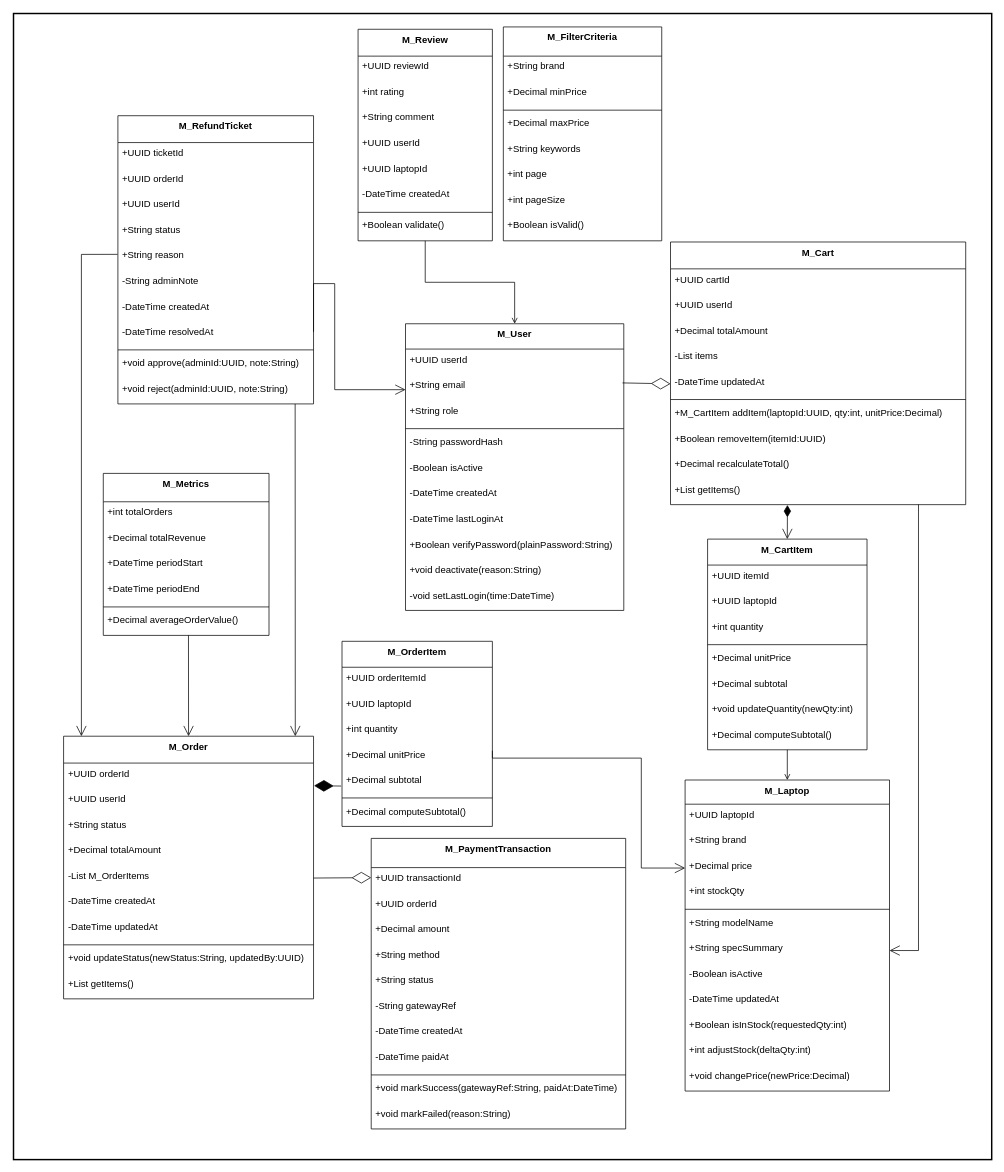
auphong2707/PTTKHT-Final-Report keeps this draw.io diagram as Package_Diagram/drawio/ModelPackage_redrawn.drawio. Above is the earlier version. Source tidied: cells renumbered, new cells numbered last; positions are measured from the earlier drawing's top-left corner, leaving out a move shared by most shapes. Both pictures are drawn from the tidied source at 73%, with x=0, y=0 at pixel (13, 13).
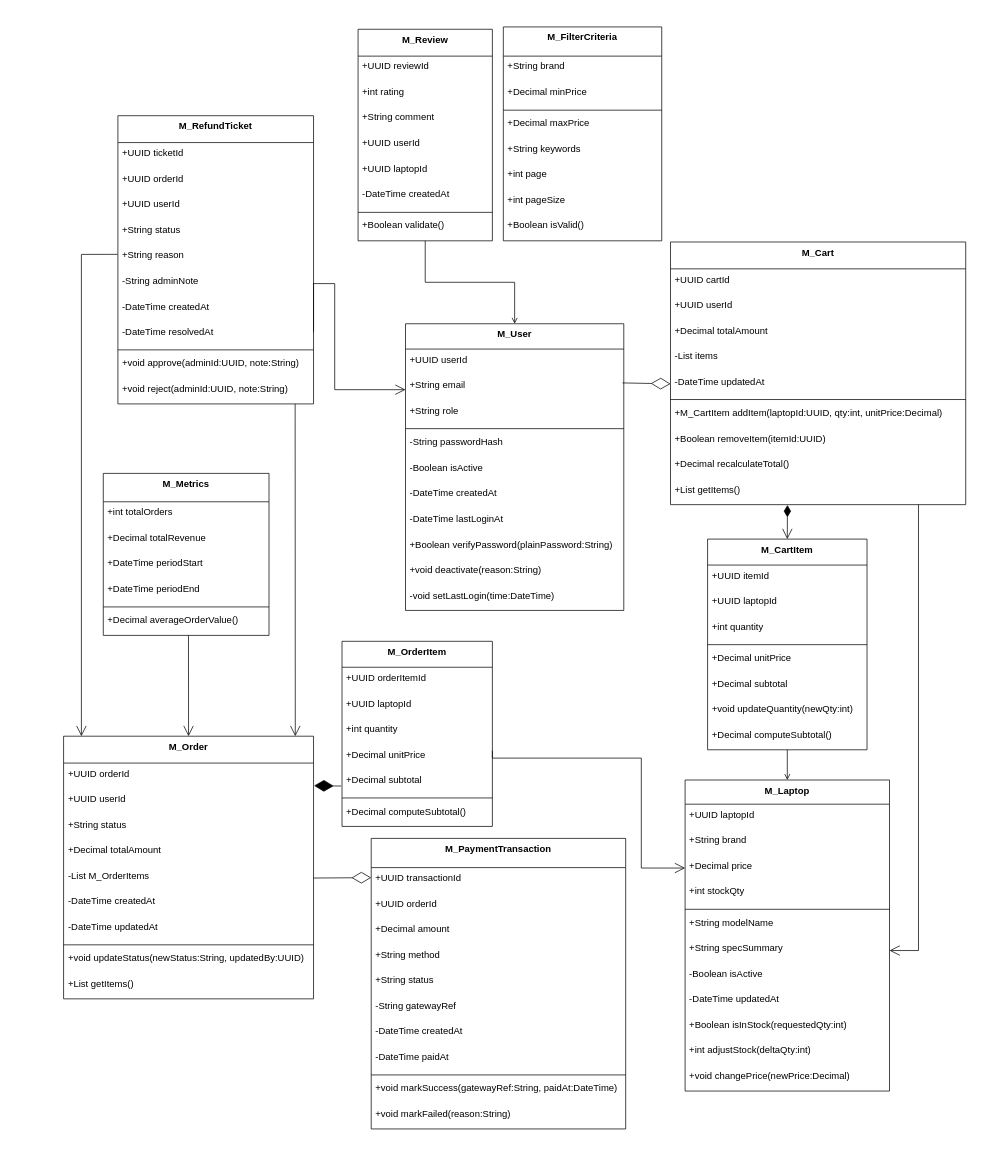
Above is the later version.

Commit message (it also covers changes not shown here):
Fix the Model and Controller Package Diagram for consistency

Change to the diagram source:
```diff
@@
-    <mxCell id="2" style="whiteSpace=wrap;strokeWidth=2;fontSize=13;" parent="1" vertex="1">
-      <mxGeometry width="1340" height="1570" as="geometry" />
-    </mxCell>
```
